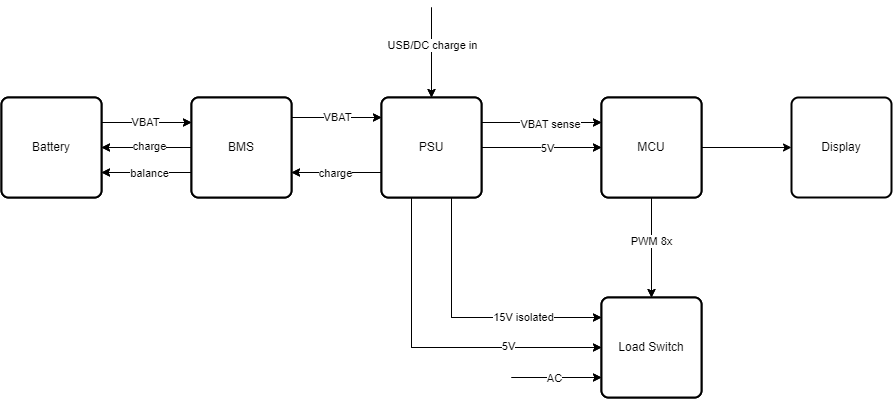
Before: block_diagrams/complete_system.png, a diagram exported from draw.io (nicholasnloehrke/87s_research). Source tidied: cells renumbered, new cells last; positions are measured from the earlier drawing's top-left corner, leaving out a move shared by most shapes. Its diagram source:
```xml
<mxGraphModel>
  <root>
    <mxCell id="0" />
    <mxCell id="1" parent="0" />
    <mxCell id="2" style="edgeStyle=orthogonalEdgeStyle;rounded=0;jettySize=auto;html=1;entryX=0.5;entryY=0;entryDx=0;entryDy=0;" parent="1" edge="1" source="4" target="16">
      <mxGeometry relative="1" as="geometry" />
    </mxCell>
    <mxCell id="3" value="PWM 8x" style="edgeLabel;html=1;align=center;verticalAlign=middle;" parent="2" vertex="1">
      <mxGeometry x="-0.14" y="-1" relative="1" as="geometry" />
    </mxCell>
    <mxCell id="4" value="MCU" style="rounded=1;whiteSpace=wrap;html=1;absoluteArcSize=1;arcSize=14;strokeWidth=2;" parent="1" vertex="1">
      <mxGeometry x="600" y="90" width="100" height="100" as="geometry" />
    </mxCell>
    <mxCell id="5" style="edgeStyle=orthogonalEdgeStyle;rounded=0;jettySize=auto;html=1;entryX=0;entryY=0.5;entryDx=0;entryDy=0;" parent="1" edge="1" source="13" target="4">
      <mxGeometry relative="1" as="geometry" />
    </mxCell>
    <mxCell id="6" value="5V" style="edgeLabel;html=1;align=center;verticalAlign=middle;" parent="5" vertex="1">
      <mxGeometry x="0.08" relative="1" as="geometry" />
    </mxCell>
    <mxCell id="7" style="edgeStyle=orthogonalEdgeStyle;rounded=0;jettySize=auto;html=1;exitX=1;exitY=0.25;exitDx=0;exitDy=0;entryX=0;entryY=0.25;entryDx=0;entryDy=0;" parent="1" edge="1" source="13" target="4">
      <mxGeometry relative="1" as="geometry" />
    </mxCell>
    <mxCell id="8" value="VBAT sense" style="edgeLabel;html=1;align=center;verticalAlign=middle;" parent="7" vertex="1">
      <mxGeometry x="0.15" y="-1" relative="1" as="geometry" />
    </mxCell>
    <mxCell id="9" style="edgeStyle=orthogonalEdgeStyle;rounded=0;jettySize=auto;html=1;exitX=0.5;exitY=1;exitDx=0;exitDy=0;" parent="1" edge="1" source="13" target="16">
      <mxGeometry relative="1" as="geometry">
        <Array as="points">
          <mxPoint x="450" y="190" />
          <mxPoint x="450" y="310" />
        </Array>
      </mxGeometry>
    </mxCell>
    <mxCell id="10" value="15V isolated" style="edgeLabel;html=1;align=center;verticalAlign=middle;" parent="9" vertex="1">
      <mxGeometry x="0.38" y="1" relative="1" as="geometry">
        <mxPoint x="11" as="offset" />
      </mxGeometry>
    </mxCell>
    <mxCell id="11" style="edgeStyle=orthogonalEdgeStyle;rounded=0;jettySize=auto;html=1;exitX=0;exitY=0.75;exitDx=0;exitDy=0;entryX=1;entryY=0.75;entryDx=0;entryDy=0;" parent="1" edge="1" source="13" target="23">
      <mxGeometry relative="1" as="geometry" />
    </mxCell>
    <mxCell id="12" value="charge" style="edgeLabel;html=1;align=center;verticalAlign=middle;" parent="11" vertex="1">
      <mxGeometry x="0.04" relative="1" as="geometry" />
    </mxCell>
    <mxCell id="13" value="PSU" style="rounded=1;whiteSpace=wrap;html=1;absoluteArcSize=1;arcSize=14;strokeWidth=2;" parent="1" vertex="1">
      <mxGeometry x="380" y="90" width="100" height="100" as="geometry" />
    </mxCell>
    <mxCell id="14" style="edgeStyle=orthogonalEdgeStyle;rounded=0;orthogonalLoop=1;jettySize=auto;html=1;flowAnimation=0;shadow=0;entryX=0;entryY=0.5;entryDx=0;entryDy=0;" parent="1" edge="1">
      <mxGeometry relative="1" as="geometry">
        <mxPoint x="510" y="370" as="sourcePoint" />
        <mxPoint x="600" y="370" as="targetPoint" />
        <Array as="points">
          <mxPoint x="560" y="370" />
          <mxPoint x="560" y="370" />
        </Array>
      </mxGeometry>
    </mxCell>
    <mxCell id="15" value="AC" style="edgeLabel;html=1;align=center;verticalAlign=middle;" parent="14" vertex="1">
      <mxGeometry x="-0.07" relative="1" as="geometry" />
    </mxCell>
    <mxCell id="16" value="Load Switch" style="rounded=1;whiteSpace=wrap;html=1;absoluteArcSize=1;arcSize=14;strokeWidth=2;" parent="1" vertex="1">
      <mxGeometry x="600" y="290" width="100" height="100" as="geometry" />
    </mxCell>
    <mxCell id="17" style="edgeStyle=orthogonalEdgeStyle;rounded=0;orthogonalLoop=1;jettySize=auto;html=1;entryX=0;entryY=0.5;entryDx=0;entryDy=0;endArrow=classic;endFill=1;" parent="1" edge="1">
      <mxGeometry relative="1" as="geometry">
        <mxPoint x="290" y="110" as="sourcePoint" />
        <mxPoint x="380" y="110" as="targetPoint" />
      </mxGeometry>
    </mxCell>
    <mxCell id="18" value="VBAT" style="edgeLabel;html=1;align=center;verticalAlign=middle;" parent="17" vertex="1">
      <mxGeometry x="-0.01" y="1" relative="1" as="geometry" />
    </mxCell>
    <mxCell id="19" style="edgeStyle=orthogonalEdgeStyle;rounded=0;jettySize=auto;html=1;entryX=1;entryY=0.5;entryDx=0;entryDy=0;" parent="1" edge="1" source="23" target="28">
      <mxGeometry relative="1" as="geometry" />
    </mxCell>
    <mxCell id="20" value="charge" style="edgeLabel;html=1;align=center;verticalAlign=middle;" parent="19" vertex="1">
      <mxGeometry x="-0.03" y="-2" relative="1" as="geometry" />
    </mxCell>
    <mxCell id="21" style="edgeStyle=orthogonalEdgeStyle;rounded=0;jettySize=auto;html=1;exitX=0;exitY=0.75;exitDx=0;exitDy=0;entryX=1;entryY=0.75;entryDx=0;entryDy=0;" parent="1" edge="1" source="23" target="28">
      <mxGeometry relative="1" as="geometry" />
    </mxCell>
    <mxCell id="22" value="balance" style="edgeLabel;html=1;align=center;verticalAlign=middle;" parent="21" vertex="1">
      <mxGeometry x="-0.02" relative="1" as="geometry" />
    </mxCell>
    <mxCell id="23" value="BMS" style="rounded=1;whiteSpace=wrap;html=1;absoluteArcSize=1;arcSize=14;strokeWidth=2;" parent="1" vertex="1">
      <mxGeometry x="190" y="90" width="100" height="100" as="geometry" />
    </mxCell>
    <mxCell id="24" style="edgeStyle=orthogonalEdgeStyle;rounded=0;orthogonalLoop=1;jettySize=auto;html=1;entryX=0;entryY=0.6;entryDx=0;entryDy=0;entryPerimeter=0;" parent="1" edge="1">
      <mxGeometry relative="1" as="geometry">
        <mxPoint x="420" y="190" as="sourcePoint" />
        <mxPoint x="600" y="340" as="targetPoint" />
        <Array as="points">
          <mxPoint x="410" y="190" />
          <mxPoint x="410" y="340" />
        </Array>
      </mxGeometry>
    </mxCell>
    <mxCell id="25" value="5V" style="edgeLabel;html=1;align=center;verticalAlign=middle;" parent="24" vertex="1">
      <mxGeometry x="0.34" y="2" relative="1" as="geometry">
        <mxPoint x="21" as="offset" />
      </mxGeometry>
    </mxCell>
    <mxCell id="26" style="edgeStyle=orthogonalEdgeStyle;rounded=0;jettySize=auto;html=1;exitX=1;exitY=0.25;exitDx=0;exitDy=0;entryX=0;entryY=0.25;entryDx=0;entryDy=0;" parent="1" edge="1" source="28" target="23">
      <mxGeometry relative="1" as="geometry" />
    </mxCell>
    <mxCell id="27" value="VBAT" style="edgeLabel;html=1;align=center;verticalAlign=middle;" parent="26" vertex="1">
      <mxGeometry x="-0.02" y="1" relative="1" as="geometry" />
    </mxCell>
    <mxCell id="28" value="Battery" style="rounded=1;whiteSpace=wrap;html=1;absoluteArcSize=1;arcSize=14;strokeWidth=2;" parent="1" vertex="1">
      <mxGeometry y="90" width="100" height="100" as="geometry" />
    </mxCell>
    <mxCell id="29" style="endArrow=classic;html=1;rounded=0;entryX=0.5;entryY=0;entryDx=0;entryDy=0;" parent="1" edge="1" target="13">
      <mxGeometry relative="1" as="geometry">
        <mxPoint x="430" as="sourcePoint" />
      </mxGeometry>
    </mxCell>
    <mxCell id="30" value="USB/DC charge in" style="edgeLabel;html=1;align=center;verticalAlign=middle;" parent="29" vertex="1">
      <mxGeometry x="-0.19" relative="1" as="geometry" />
    </mxCell>
    <mxCell id="31" style="edgeStyle=orthogonalEdgeStyle;rounded=0;jettySize=auto;html=1;entryX=0.5;entryY=0;entryDx=0;entryDy=0;" parent="1" edge="1" source="34" target="46">
      <mxGeometry relative="1" as="geometry" />
    </mxCell>
    <mxCell id="32" value="PWM 8x" style="edgeLabel;html=1;align=center;verticalAlign=middle;" parent="31" vertex="1">
      <mxGeometry x="-0.14" y="-1" relative="1" as="geometry" />
    </mxCell>
    <mxCell id="33" style="edgeStyle=none;html=1;exitX=1;exitY=0.5;exitDx=0;exitDy=0;" parent="1" edge="1" source="34" target="61">
      <mxGeometry relative="1" as="geometry" />
    </mxCell>
    <mxCell id="34" value="MCU" style="rounded=1;whiteSpace=wrap;html=1;absoluteArcSize=1;arcSize=14;strokeWidth=2;" parent="1" vertex="1">
      <mxGeometry x="600" y="90" width="100" height="100" as="geometry" />
    </mxCell>
    <mxCell id="35" style="edgeStyle=orthogonalEdgeStyle;rounded=0;jettySize=auto;html=1;entryX=0;entryY=0.5;entryDx=0;entryDy=0;" parent="1" edge="1" source="43" target="34">
      <mxGeometry relative="1" as="geometry" />
    </mxCell>
    <mxCell id="36" value="5V" style="edgeLabel;html=1;align=center;verticalAlign=middle;" parent="35" vertex="1">
      <mxGeometry x="0.08" relative="1" as="geometry" />
    </mxCell>
    <mxCell id="37" style="edgeStyle=orthogonalEdgeStyle;rounded=0;jettySize=auto;html=1;exitX=1;exitY=0.25;exitDx=0;exitDy=0;entryX=0;entryY=0.25;entryDx=0;entryDy=0;" parent="1" edge="1" source="43" target="34">
      <mxGeometry relative="1" as="geometry" />
    </mxCell>
    <mxCell id="38" value="VBAT sense" style="edgeLabel;html=1;align=center;verticalAlign=middle;" parent="37" vertex="1">
      <mxGeometry x="0.15" y="-1" relative="1" as="geometry" />
    </mxCell>
    <mxCell id="39" style="edgeStyle=orthogonalEdgeStyle;rounded=0;jettySize=auto;html=1;exitX=0.5;exitY=1;exitDx=0;exitDy=0;" parent="1" edge="1" source="43" target="46">
      <mxGeometry relative="1" as="geometry">
        <Array as="points">
          <mxPoint x="450" y="190" />
          <mxPoint x="450" y="310" />
        </Array>
      </mxGeometry>
    </mxCell>
    <mxCell id="40" value="15V isolated" style="edgeLabel;html=1;align=center;verticalAlign=middle;" parent="39" vertex="1">
      <mxGeometry x="0.38" y="1" relative="1" as="geometry">
        <mxPoint x="11" as="offset" />
      </mxGeometry>
    </mxCell>
    <mxCell id="41" style="edgeStyle=orthogonalEdgeStyle;rounded=0;jettySize=auto;html=1;exitX=0;exitY=0.75;exitDx=0;exitDy=0;entryX=1;entryY=0.75;entryDx=0;entryDy=0;" parent="1" edge="1" source="43" target="53">
      <mxGeometry relative="1" as="geometry" />
    </mxCell>
    <mxCell id="42" value="charge" style="edgeLabel;html=1;align=center;verticalAlign=middle;" parent="41" vertex="1">
      <mxGeometry x="0.04" relative="1" as="geometry" />
    </mxCell>
    <mxCell id="43" value="PSU" style="rounded=1;whiteSpace=wrap;html=1;absoluteArcSize=1;arcSize=14;strokeWidth=2;" parent="1" vertex="1">
      <mxGeometry x="380" y="90" width="100" height="100" as="geometry" />
    </mxCell>
    <mxCell id="44" style="edgeStyle=orthogonalEdgeStyle;rounded=0;orthogonalLoop=1;jettySize=auto;html=1;flowAnimation=0;shadow=0;entryX=0;entryY=0.5;entryDx=0;entryDy=0;" parent="1" edge="1">
      <mxGeometry relative="1" as="geometry">
        <mxPoint x="510" y="370" as="sourcePoint" />
        <mxPoint x="600" y="370" as="targetPoint" />
        <Array as="points">
          <mxPoint x="560" y="370" />
          <mxPoint x="560" y="370" />
        </Array>
      </mxGeometry>
    </mxCell>
    <mxCell id="45" value="AC" style="edgeLabel;html=1;align=center;verticalAlign=middle;" parent="44" vertex="1">
      <mxGeometry x="-0.07" relative="1" as="geometry" />
    </mxCell>
    <mxCell id="46" value="Load Switch" style="rounded=1;whiteSpace=wrap;html=1;absoluteArcSize=1;arcSize=14;strokeWidth=2;" parent="1" vertex="1">
      <mxGeometry x="600" y="290" width="100" height="100" as="geometry" />
    </mxCell>
    <mxCell id="47" style="edgeStyle=orthogonalEdgeStyle;rounded=0;orthogonalLoop=1;jettySize=auto;html=1;entryX=0;entryY=0.5;entryDx=0;entryDy=0;endArrow=classic;endFill=1;" parent="1" edge="1">
      <mxGeometry relative="1" as="geometry">
        <mxPoint x="290" y="110" as="sourcePoint" />
        <mxPoint x="380" y="110" as="targetPoint" />
      </mxGeometry>
    </mxCell>
    <mxCell id="48" value="VBAT" style="edgeLabel;html=1;align=center;verticalAlign=middle;" parent="47" vertex="1">
      <mxGeometry x="-0.01" y="1" relative="1" as="geometry" />
    </mxCell>
    <mxCell id="49" style="edgeStyle=orthogonalEdgeStyle;rounded=0;jettySize=auto;html=1;entryX=1;entryY=0.5;entryDx=0;entryDy=0;" parent="1" edge="1" source="53" target="58">
      <mxGeometry relative="1" as="geometry" />
    </mxCell>
    <mxCell id="50" value="charge" style="edgeLabel;html=1;align=center;verticalAlign=middle;" parent="49" vertex="1">
      <mxGeometry x="-0.03" y="-2" relative="1" as="geometry" />
    </mxCell>
    <mxCell id="51" style="edgeStyle=orthogonalEdgeStyle;rounded=0;jettySize=auto;html=1;exitX=0;exitY=0.75;exitDx=0;exitDy=0;entryX=1;entryY=0.75;entryDx=0;entryDy=0;" parent="1" edge="1" source="53" target="58">
      <mxGeometry relative="1" as="geometry" />
    </mxCell>
    <mxCell id="52" value="balance" style="edgeLabel;html=1;align=center;verticalAlign=middle;" parent="51" vertex="1">
      <mxGeometry x="-0.02" relative="1" as="geometry" />
    </mxCell>
    <mxCell id="53" value="BMS" style="rounded=1;whiteSpace=wrap;html=1;absoluteArcSize=1;arcSize=14;strokeWidth=2;" parent="1" vertex="1">
      <mxGeometry x="190" y="90" width="100" height="100" as="geometry" />
    </mxCell>
    <mxCell id="54" style="edgeStyle=orthogonalEdgeStyle;rounded=0;orthogonalLoop=1;jettySize=auto;html=1;entryX=0;entryY=0.6;entryDx=0;entryDy=0;entryPerimeter=0;" parent="1" edge="1">
      <mxGeometry relative="1" as="geometry">
        <mxPoint x="420" y="190" as="sourcePoint" />
        <mxPoint x="600" y="340" as="targetPoint" />
        <Array as="points">
          <mxPoint x="410" y="190" />
          <mxPoint x="410" y="340" />
        </Array>
      </mxGeometry>
    </mxCell>
    <mxCell id="55" value="5V" style="edgeLabel;html=1;align=center;verticalAlign=middle;" parent="54" vertex="1">
      <mxGeometry x="0.34" y="2" relative="1" as="geometry">
        <mxPoint x="21" as="offset" />
      </mxGeometry>
    </mxCell>
    <mxCell id="56" style="edgeStyle=orthogonalEdgeStyle;rounded=0;jettySize=auto;html=1;exitX=1;exitY=0.25;exitDx=0;exitDy=0;entryX=0;entryY=0.25;entryDx=0;entryDy=0;" parent="1" edge="1" source="58" target="53">
      <mxGeometry relative="1" as="geometry" />
    </mxCell>
    <mxCell id="57" value="VBAT" style="edgeLabel;html=1;align=center;verticalAlign=middle;" parent="56" vertex="1">
      <mxGeometry x="-0.02" y="1" relative="1" as="geometry" />
    </mxCell>
    <mxCell id="58" value="Battery" style="rounded=1;whiteSpace=wrap;html=1;absoluteArcSize=1;arcSize=14;strokeWidth=2;" parent="1" vertex="1">
      <mxGeometry y="90" width="100" height="100" as="geometry" />
    </mxCell>
    <mxCell id="59" style="endArrow=classic;html=1;rounded=0;entryX=0.5;entryY=0;entryDx=0;entryDy=0;" parent="1" edge="1" target="43">
      <mxGeometry relative="1" as="geometry">
        <mxPoint x="430" as="sourcePoint" />
      </mxGeometry>
    </mxCell>
    <mxCell id="60" value="USB/DC charge in" style="edgeLabel;html=1;align=center;verticalAlign=middle;" parent="59" vertex="1">
      <mxGeometry x="-0.19" relative="1" as="geometry" />
    </mxCell>
    <mxCell id="61" value="Display" style="rounded=1;whiteSpace=wrap;html=1;absoluteArcSize=1;arcSize=14;strokeWidth=2;" parent="1" vertex="1">
      <mxGeometry x="790" y="90" width="100" height="100" as="geometry" />
    </mxCell>
  </root>
</mxGraphModel>
```
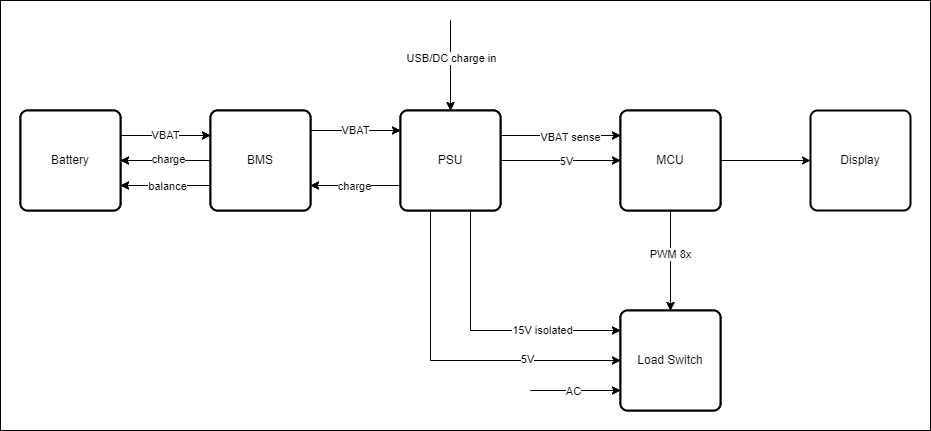
Above is the later version.

Commit message:
updated block diagram PNGs

Change to the diagram source:
```diff
@@ -1,4 +1,4 @@
-<mxGraphModel>
+<mxGraphModel background="#ffffff">
   <root>
     <mxCell id="0" />
     <mxCell id="1" parent="0" />
@@ -238,5 +238,8 @@
     <mxCell id="61" value="Display" style="rounded=1;whiteSpace=wrap;html=1;absoluteArcSize=1;arcSize=14;strokeWidth=2;" parent="1" vertex="1">
       <mxGeometry x="790" y="90" width="100" height="100" as="geometry" />
     </mxCell>
+    <mxCell id="62" style="rounded=0;whiteSpace=wrap;html=1;fillColor=none;" parent="1" vertex="1">
+      <mxGeometry x="-20" y="-20" width="930" height="430" as="geometry" />
+    </mxCell>
   </root>
 </mxGraphModel>
```
